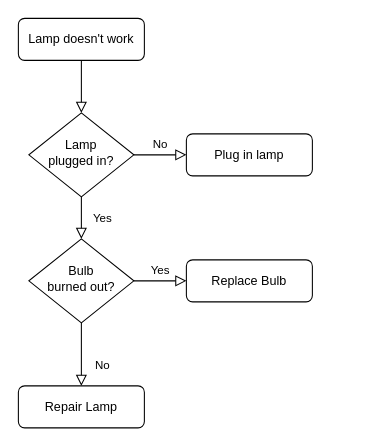
Earlier version of the draw.io diagram Диаграмма без названия.drawio (balsis/balsis). Source tidied: cells renumbered, new cells numbered last; positions are measured from the earlier drawing's top-left corner, leaving out a move shared by most shapes. Both pictures are drawn from the tidied source at 105%, with x=0, y=0 at pixel (18, 18).
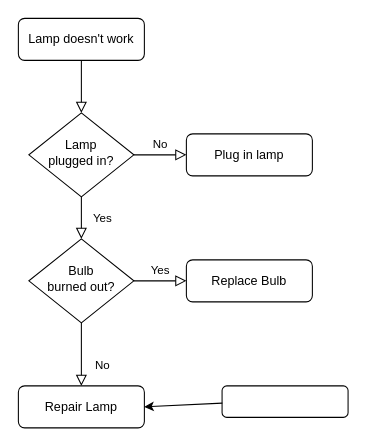
Above is the later version.

Change to the diagram source:
```diff
@@
 <mxGraphModel>
   <root>
     <mxCell id="0" />
     <mxCell id="1" parent="0" />
     <mxCell id="2" style="rounded=0;html=1;jettySize=auto;fontSize=11;endArrow=block;endFill=0;endSize=8;strokeWidth=1;shadow=0;labelBackgroundColor=none;edgeStyle=orthogonalEdgeStyle;" parent="1" edge="1" source="3" target="6">
       <mxGeometry relative="1" as="geometry" />
     </mxCell>
     <mxCell id="3" value="Lamp doesn't work" style="rounded=1;whiteSpace=wrap;html=1;fontSize=12;glass=0;strokeWidth=1;shadow=0;" parent="1" vertex="1">
       <mxGeometry width="120" height="40" as="geometry" />
     </mxCell>
     <mxCell id="4" value="Yes" style="rounded=0;html=1;jettySize=auto;fontSize=11;endArrow=block;endFill=0;endSize=8;strokeWidth=1;shadow=0;labelBackgroundColor=none;edgeStyle=orthogonalEdgeStyle;" parent="1" edge="1" source="6" target="10">
       <mxGeometry y="20" relative="1" as="geometry" />
     </mxCell>
     <mxCell id="5" value="No" style="edgeStyle=orthogonalEdgeStyle;rounded=0;html=1;jettySize=auto;fontSize=11;endArrow=block;endFill=0;endSize=8;strokeWidth=1;shadow=0;labelBackgroundColor=none;" parent="1" edge="1" source="6" target="7">
       <mxGeometry y="10" relative="1" as="geometry" />
     </mxCell>
     <mxCell id="6" value="Lamp&lt;br&gt;plugged in?" style="rhombus;whiteSpace=wrap;html=1;shadow=0;fontFamily=Helvetica;fontSize=12;align=center;strokeWidth=1;spacing=6;spacingTop=-4;" parent="1" vertex="1">
       <mxGeometry x="10" y="90" width="100" height="80" as="geometry" />
     </mxCell>
     <mxCell id="7" value="Plug in lamp" style="rounded=1;whiteSpace=wrap;html=1;fontSize=12;glass=0;strokeWidth=1;shadow=0;" parent="1" vertex="1">
       <mxGeometry x="160" y="110" width="120" height="40" as="geometry" />
     </mxCell>
     <mxCell id="8" value="No" style="rounded=0;html=1;jettySize=auto;fontSize=11;endArrow=block;endFill=0;endSize=8;strokeWidth=1;shadow=0;labelBackgroundColor=none;edgeStyle=orthogonalEdgeStyle;" parent="1" edge="1" source="10" target="11">
       <mxGeometry x="0.33" y="20" relative="1" as="geometry" />
     </mxCell>
     <mxCell id="9" value="Yes" style="edgeStyle=orthogonalEdgeStyle;rounded=0;html=1;jettySize=auto;fontSize=11;endArrow=block;endFill=0;endSize=8;strokeWidth=1;shadow=0;labelBackgroundColor=none;" parent="1" edge="1" source="10" target="12">
       <mxGeometry y="10" relative="1" as="geometry" />
     </mxCell>
     <mxCell id="10" value="Bulb&lt;br&gt;burned out?" style="rhombus;whiteSpace=wrap;html=1;shadow=0;fontFamily=Helvetica;fontSize=12;align=center;strokeWidth=1;spacing=6;spacingTop=-4;" parent="1" vertex="1">
       <mxGeometry x="10" y="210" width="100" height="80" as="geometry" />
     </mxCell>
     <mxCell id="11" value="Repair Lamp" style="rounded=1;whiteSpace=wrap;html=1;fontSize=12;glass=0;strokeWidth=1;shadow=0;" parent="1" vertex="1">
       <mxGeometry y="350" width="120" height="40" as="geometry" />
     </mxCell>
     <mxCell id="12" value="Replace Bulb" style="rounded=1;whiteSpace=wrap;html=1;fontSize=12;glass=0;strokeWidth=1;shadow=0;" parent="1" vertex="1">
       <mxGeometry x="160" y="230" width="120" height="40" as="geometry" />
     </mxCell>
+    <mxCell id="13" style="rounded=1;whiteSpace=wrap;html=1;" parent="1" vertex="1">
+      <mxGeometry x="194" y="350" width="120" height="30" as="geometry" />
+    </mxCell>
+    <mxCell id="14" style="endArrow=classic;html=1;rounded=0;entryX=1;entryY=0.5;entryDx=0;entryDy=0;exitX=0.002;exitY=0.547;exitDx=0;exitDy=0;exitPerimeter=0;" parent="1" edge="1" source="13" target="11">
+      <mxGeometry relative="1" as="geometry" />
+    </mxCell>
   </root>
 </mxGraphModel>
```
